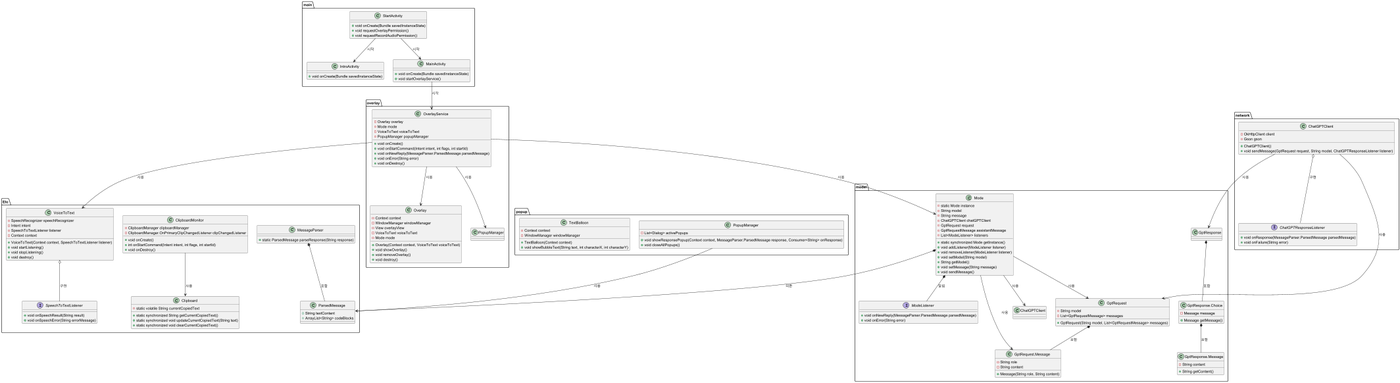
Above: app/src/main/java/com/example/oeg/diagram.png in cnslab-classroom/team-project-19 (PlantUML), before the change.
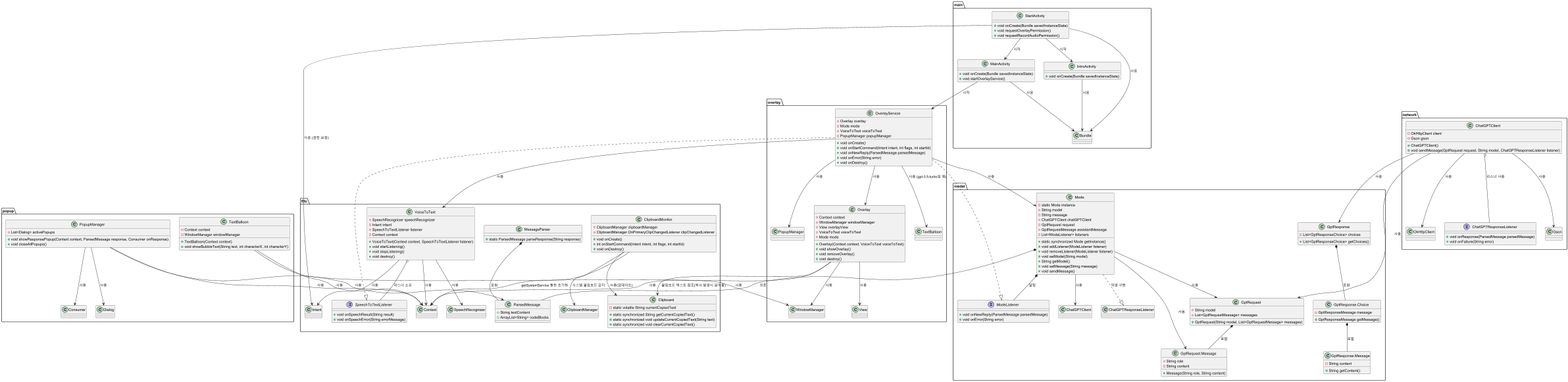
Later version of the same file.

Diff of the diagram source:
```diff
@@ -16,7 +16,9 @@
         + void onDestroy()
     }
 
-    ClipboardMonitor --> Clipboard : 사용
+    ClipboardMonitor --> Clipboard : 사용(업데이트)
+    ClipboardMonitor --> ClipboardManager : 시스템 클립보드 감지
+    ClipboardMonitor --> Context : getSystemService 통한 초기화
 
     class MessageParser {
         + static ParsedMessage parseResponse(String response)
@@ -45,7 +47,11 @@
         + void onSpeechError(String errorMessage)
     }
 
-    VoiceToText o-- SpeechToTextListener : 구현
+    VoiceToText o-- SpeechToTextListener : 리스너 소유
+    VoiceToText --> SpeechRecognizer : 사용
+    VoiceToText --> Intent : 사용
+    VoiceToText --> Context : 사용
+    VoiceToText --> SpeechRecognizer.RecognitionListener : 구현(내부 리스너)
 }
 
 package model {
@@ -67,7 +73,7 @@
     }
 
     interface ModeListener {
-        + void onNewReply(MessageParser.ParsedMessage parsedMessage)
+        + void onNewReply(ParsedMessage parsedMessage)
         + void onError(String error)
     }
 
@@ -83,9 +89,14 @@
         + Message(String role, String content)
     }
 
+    class GptResponse {
+       - List<GptResponseChoice> choices
+       + List<GptResponseChoice> getChoices()
+    }
+
     class "GptResponse.Choice" as GptResponseChoice {
-        - Message message
-        + Message getMessage()
+        - GptResponseMessage message
+        + GptResponseMessage getMessage()
     }
 
     class "GptResponse.Message" as GptResponseMessage {
@@ -93,15 +104,15 @@
         + String getContent()
     }
 
-    GptRequest *-- GptRequestMessage : 포함
-    GptResponse *-- GptResponseChoice : 포함
-    GptResponseChoice *-- GptResponseMessage : 포함
-
     Mode *-- ModeListener : 알림
     Mode *-- ParsedMessage : 의존
     Mode --> ChatGPTClient : 사용
     Mode --> GptRequest : 사용
     Mode --> GptRequestMessage : 사용
+    GptRequest *-- GptRequestMessage : 포함
+    GptResponse *-- GptResponseChoice : 포함
+    GptResponseChoice *-- GptResponseMessage : 포함
+    Mode ..|> ChatGPTResponseListener : 익명 구현
 }
 
 package network {
@@ -113,13 +124,15 @@
     }
 
     interface ChatGPTResponseListener {
-        + void onResponse(MessageParser.ParsedMessage parsedMessage)
+        + void onResponse(ParsedMessage parsedMessage)
         + void onFailure(String error)
     }
 
-    ChatGPTClient o-- ChatGPTResponseListener : 구현
+    ChatGPTClient o-- ChatGPTResponseListener : 리스너 사용
     ChatGPTClient --> GptRequest : 사용
     ChatGPTClient --> GptResponse : 사용
+    ChatGPTClient --> OkHttpClient : 사용
+    ChatGPTClient --> Gson : 사용
 }
 
 package overlay {
@@ -142,7 +155,7 @@
         - PopupManager popupManager
         + void onCreate()
         + void onStartCommand(Intent intent, int flags, int startId)
-        + void onNewReply(MessageParser.ParsedMessage parsedMessage)
+        + void onNewReply(ParsedMessage parsedMessage)
         + void onError(String error)
         + void onDestroy()
     }
@@ -151,12 +164,20 @@
     OverlayService --> Mode : 사용
     OverlayService --> VoiceToText : 사용
     OverlayService --> PopupManager : 사용
+    OverlayService --> TextBalloon : 사용 (gpt-3.5-turbo일 때)
+    OverlayService ..|> ModeListener
+
+    OverlayService ..|> SpeechToTextListener
+    Overlay --> Clipboard : 클립보드 텍스트 참조(복사 발생시 읽어옴)
+    Overlay --> Context : 사용
+    Overlay --> WindowManager : 사용
+    Overlay --> View : 사용
 }
 
 package popup {
     class PopupManager {
         - List<Dialog> activePopups
-        + void showResponsePopup(Context context, MessageParser.ParsedMessage response, Consumer<String> onResponse)
+        + void showResponsePopup(Context context, ParsedMessage response, Consumer onResponse)
         + void closeAllPopups()
     }
 
@@ -168,6 +189,11 @@
     }
 
     PopupManager --> ParsedMessage : 사용
+    PopupManager --> Context : 사용
+    PopupManager --> Dialog : 사용
+    PopupManager --> Consumer : 사용
+    TextBalloon --> Context : 사용
+    TextBalloon --> WindowManager : 사용
 }
 
 package main {
@@ -189,6 +215,11 @@
     MainActivity --> OverlayService : 시작
     StartActivity --> IntroActivity : 시작
     StartActivity --> MainActivity : 시작
+
+    StartActivity --> Intent : 사용 (권한 요청)
+    IntroActivity --> Bundle : 사용
+    MainActivity --> Bundle : 사용
+    StartActivity --> Bundle : 사용
 }
 
 @enduml
```
